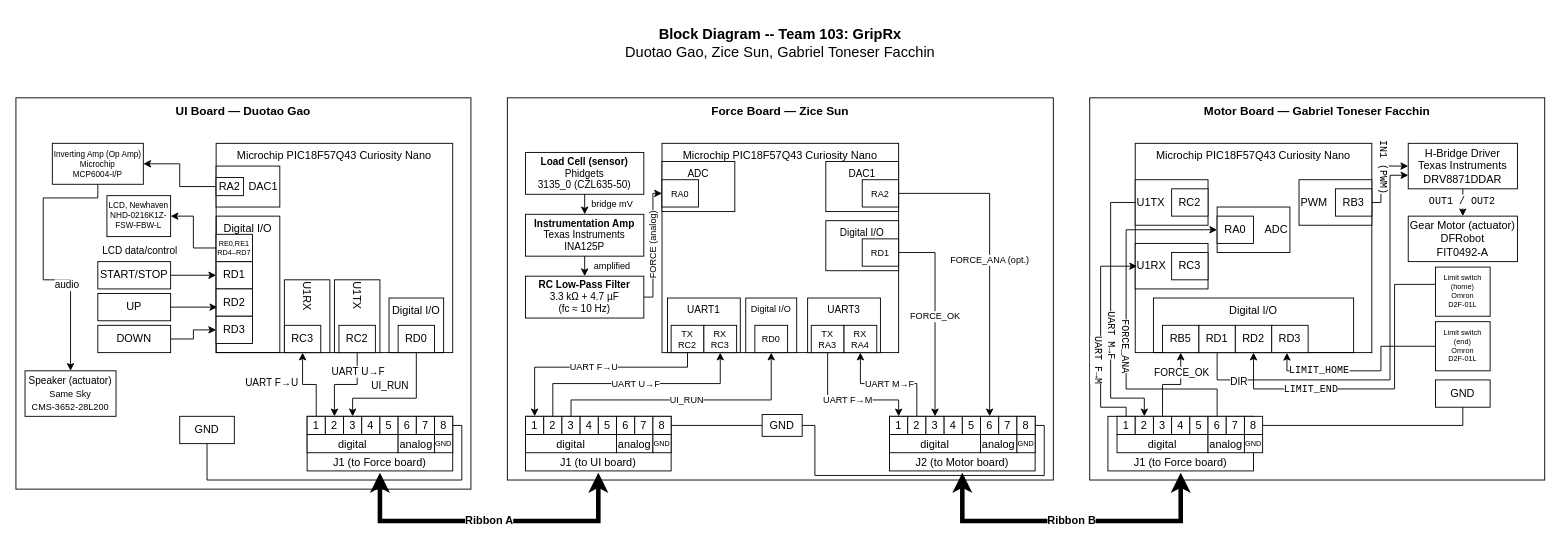
EGR304-2026-F-103/EGR304-2026-F-103.github.io keeps this draw.io diagram as docs/image/team-block-diagram.drawio. Above is the earlier version. Source tidied: cells renumbered, new cells numbered last; positions are measured from the earlier drawing's top-left corner, leaving out a move shared by most shapes. Both pictures are drawn from the tidied source at 91%, with x=0, y=0 at pixel (15, 15).
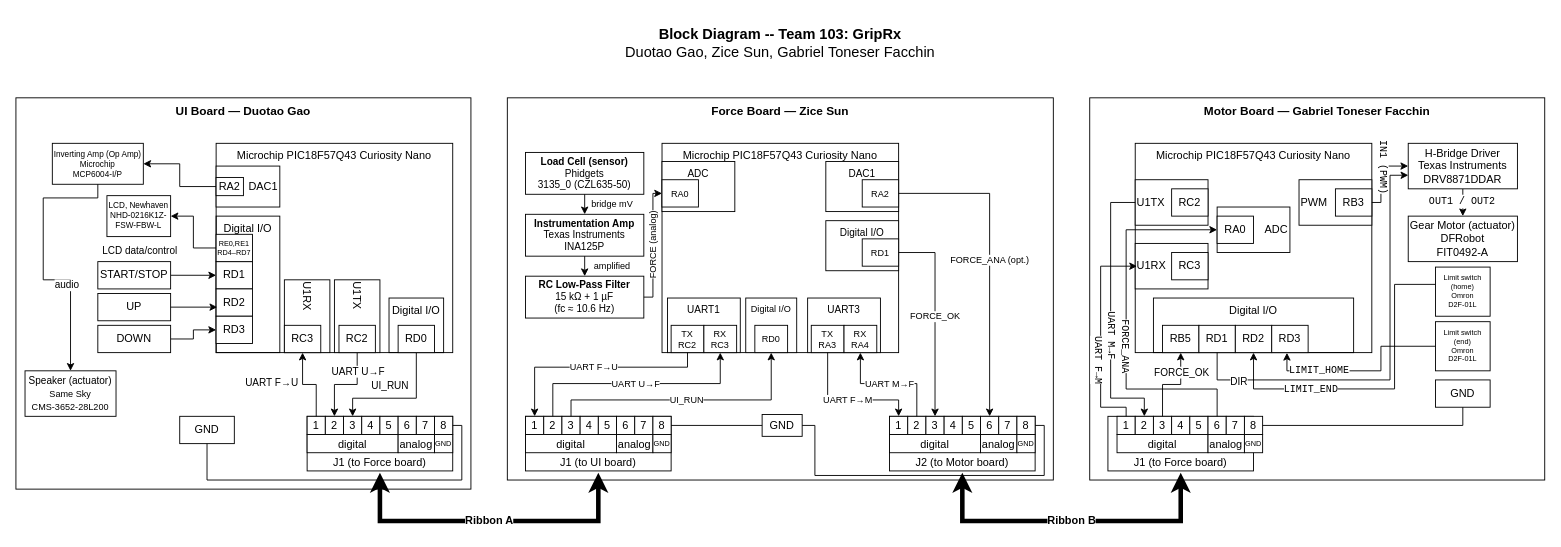
The same diagram, later.

Commit message (it also covers changes not shown here):
Team block diagram: force board RC filter values (15 kOhm + 1 uF, fc 10.6 Hz)

Unchanged cells that the change refers to:
```xml
<mxCell id="3" value="Force Board — Zice Sun" style="rounded=0;whiteSpace=wrap;html=1;verticalAlign=top;fontStyle=1;fontSize=13;fillColor=none;" parent="1" vertex="1">
  <mxGeometry x="540" y="90" width="600" height="420" as="geometry" />
</mxCell>
```

Change to the diagram source:
```diff
@@
-    <mxCell id="33" value="&lt;div&gt;&lt;b&gt;RC Low-Pass Filter&lt;/b&gt;&lt;/div&gt;&lt;div&gt;3.3 kΩ + 4.7 µF&lt;/div&gt;&lt;div&gt;(fc ≈ 10 Hz)&lt;/div&gt;" style="rounded=0;whiteSpace=wrap;html=1;labelBackgroundColor=none;fontSize=11;" parent="3" vertex="1">
+    <mxCell id="33" value="&lt;div&gt;&lt;b&gt;RC Low-Pass Filter&lt;/b&gt;&lt;/div&gt;&lt;div&gt;15 kΩ + 1 µF&lt;/div&gt;&lt;div&gt;(fc ≈ 10.6 Hz)&lt;/div&gt;" style="rounded=0;whiteSpace=wrap;html=1;labelBackgroundColor=none;fontSize=11;" parent="3" vertex="1">
       <mxGeometry x="20" y="196" width="130" height="46" as="geometry" />
     </mxCell>
```
